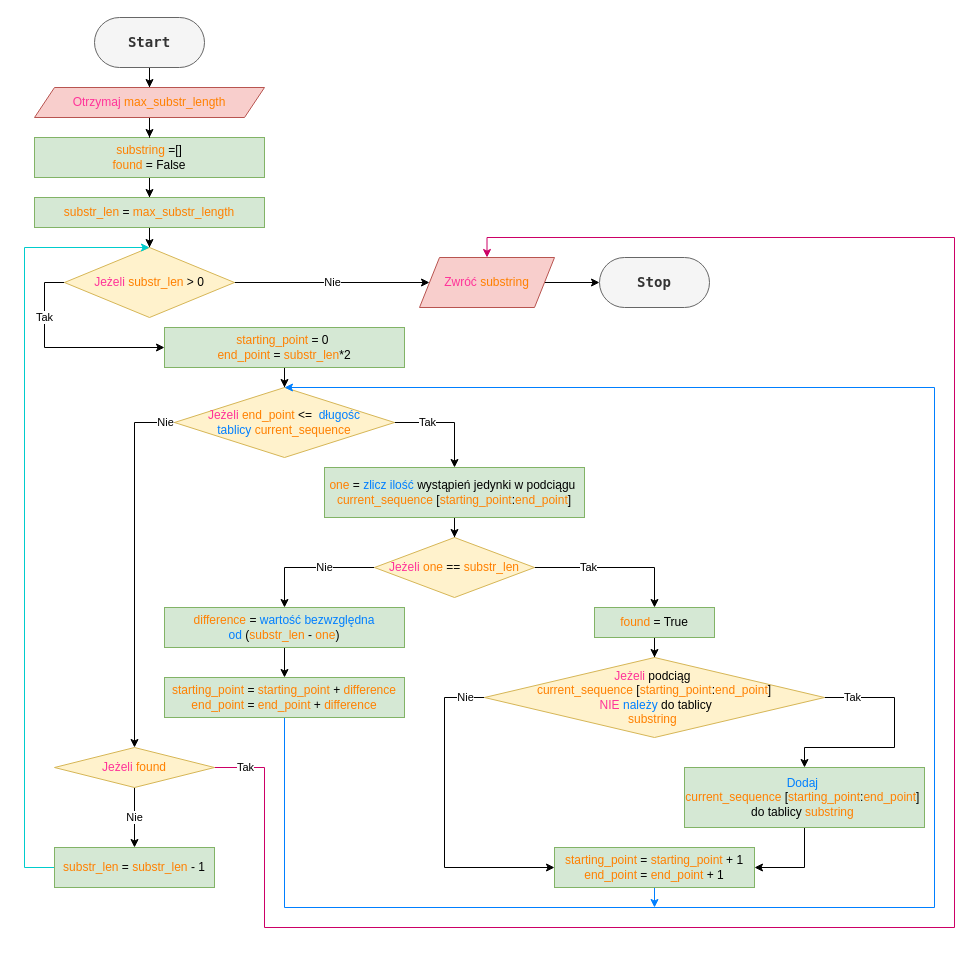
The draw.io diagram page "main_algorithm_optimized" (6 of 7) of Block diagram.drawio in FrightenedFox/zero-a-jeden, before the edit. Source tidied: cells renumbered, new cells numbered last; positions are measured from the earlier drawing's top-left corner, leaving out a move shared by most shapes. Both pictures are drawn from the tidied source at 100%, with x=0, y=0 at pixel (24, 17).
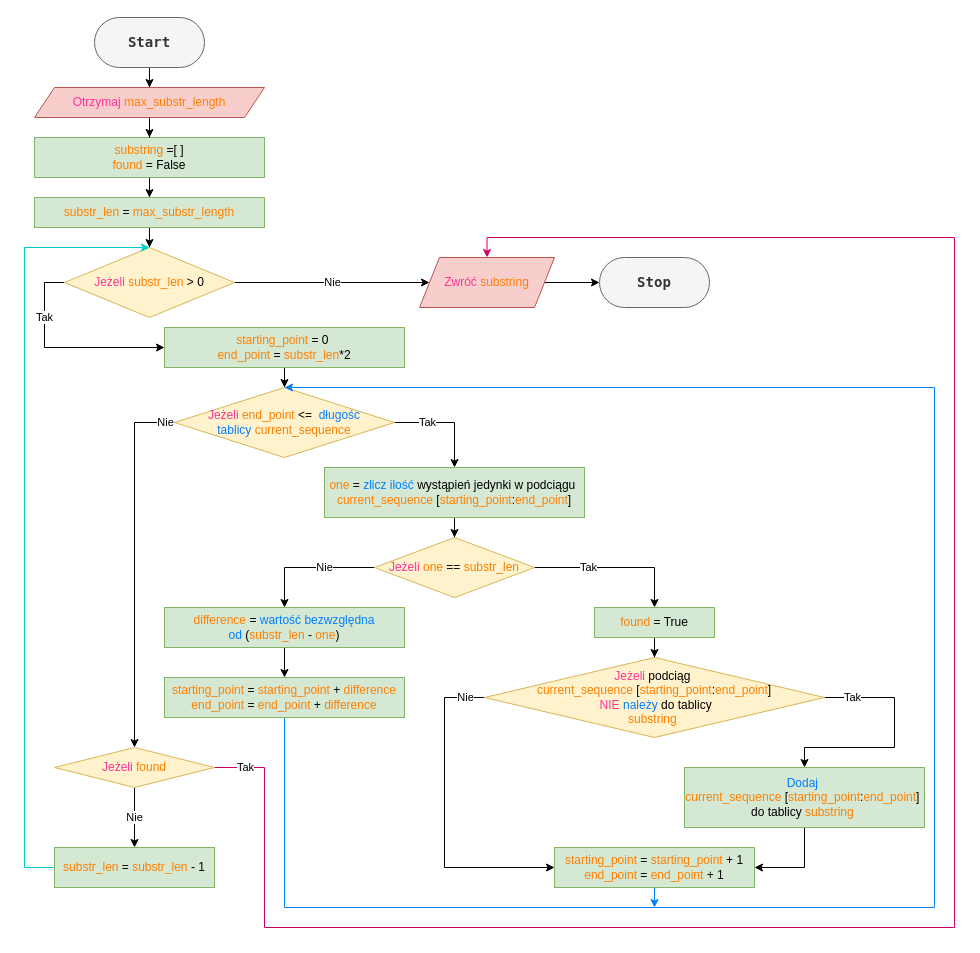
After the change.

What changed in the source:
```diff
@@
-    <mxCell id="5" value="&lt;font color=&quot;#ff8000&quot;&gt;substring &lt;/font&gt;=[]&lt;br&gt;&lt;font color=&quot;#ff8000&quot;&gt;found &lt;/font&gt;= False" style="rounded=0;whiteSpace=wrap;html=1;fillColor=#d5e8d4;strokeColor=#82b366;" parent="1" vertex="1">
+    <mxCell id="5" value="&lt;font color=&quot;#ff8000&quot;&gt;substring &lt;/font&gt;=[ ]&lt;br&gt;&lt;font color=&quot;#ff8000&quot;&gt;found &lt;/font&gt;= False" style="rounded=0;whiteSpace=wrap;html=1;fillColor=#d5e8d4;strokeColor=#82b366;" parent="1" vertex="1">
       <mxGeometry x="10" y="120" width="230" height="40" as="geometry" />
     </mxCell>
```
